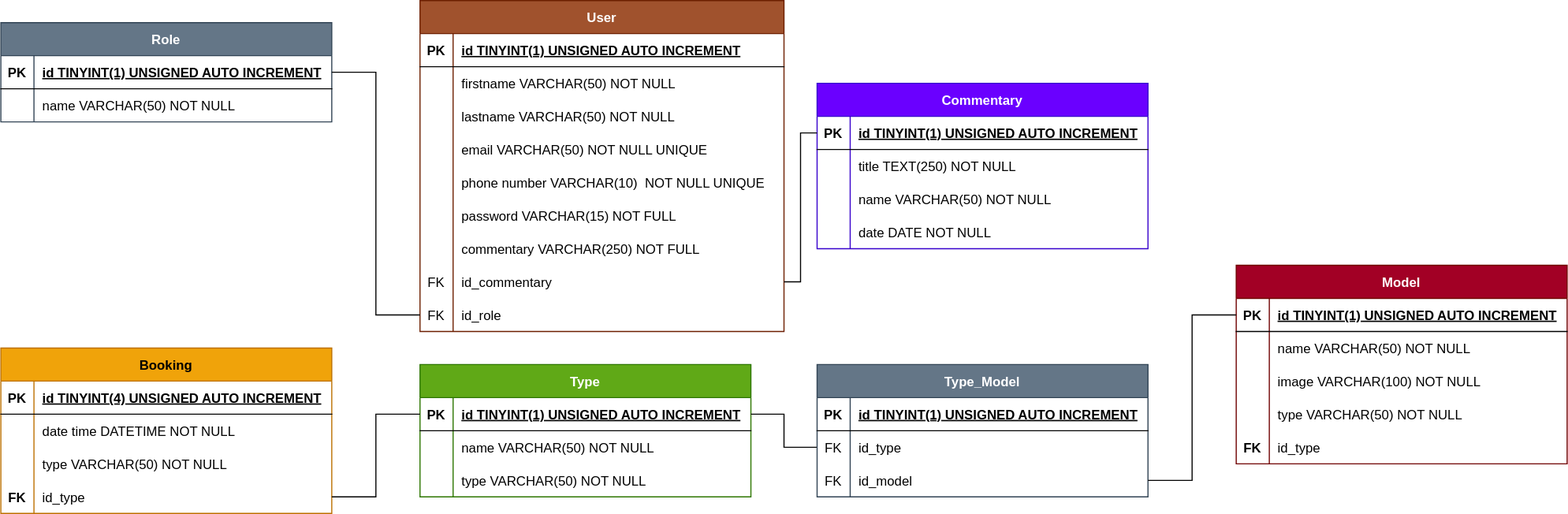
ikezadri/za.nails keeps this draw.io diagram as code/server/merise/MPD.drawio.svg. Above is the earlier version. Source tidied: cells renumbered, new cells last; positions are measured from the earlier drawing's top-left corner, leaving out a move shared by most shapes.
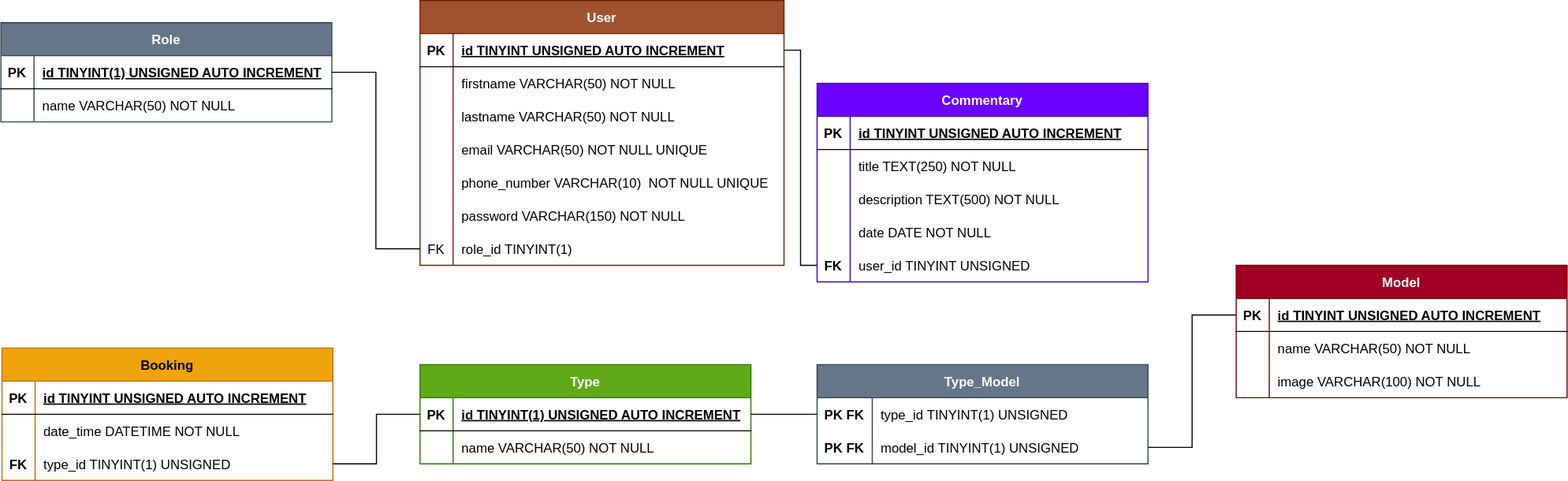
The same file after the commit.

Diff of the diagram source:
```diff
@@ -26,3 +26,3 @@
     <mxCell id="9" value="User" style="shape=table;startSize=30;rowLines=0;fontStyle=1;align=center;fillColor=#a0522d;fontColor=#ffffff;strokeColor=#6D1F00;" parent="1" vertex="1">
-      <mxGeometry x="380" width="330" height="300" as="geometry" />
+      <mxGeometry x="380" width="330" height="240" as="geometry" />
     </mxCell>
@@ -34,3 +34,3 @@
     </mxCell>
-    <mxCell id="12" value="id TINYINT(1) UNSIGNED AUTO INCREMENT" style="shape=partialRectangle;fillColor=none;top=0;left=0;bottom=0;right=0;align=left;spacingLeft=6;fontStyle=5;overflow=hidden;" parent="10" vertex="1">
+    <mxCell id="12" value="id TINYINT UNSIGNED AUTO INCREMENT" style="shape=partialRectangle;fillColor=none;top=0;left=0;bottom=0;right=0;align=left;spacingLeft=6;fontStyle=5;overflow=hidden;" parent="10" vertex="1">
       <mxGeometry x="30" width="300" height="30" as="geometry" />
@@ -70,3 +70,3 @@
     </mxCell>
-    <mxCell id="24" value="phone number VARCHAR(10)  NOT NULL UNIQUE" style="shape=partialRectangle;fillColor=none;top=0;left=0;bottom=0;right=0;align=left;spacingLeft=6;overflow=hidden;" parent="22" vertex="1">
+    <mxCell id="24" value="phone_number VARCHAR(10)  NOT NULL UNIQUE" style="shape=partialRectangle;fillColor=none;top=0;left=0;bottom=0;right=0;align=left;spacingLeft=6;overflow=hidden;" parent="22" vertex="1">
       <mxGeometry x="30" width="300" height="30" as="geometry" />
@@ -79,25 +79,7 @@
     </mxCell>
-    <mxCell id="27" value="password VARCHAR(15) NOT FULL " style="shape=partialRectangle;fillColor=none;top=0;left=0;bottom=0;right=0;align=left;spacingLeft=6;overflow=hidden;" parent="25" vertex="1">
+    <mxCell id="27" value="password VARCHAR(150) NOT NULL " style="shape=partialRectangle;fillColor=none;top=0;left=0;bottom=0;right=0;align=left;spacingLeft=6;overflow=hidden;" parent="25" vertex="1">
       <mxGeometry x="30" width="300" height="30" as="geometry" />
     </mxCell>
-    <mxCell id="28" style="shape=tableRow;horizontal=0;startSize=0;swimlaneHead=0;swimlaneBody=0;fillColor=none;top=0;left=0;right=0;bottom=0;" parent="9" vertex="1">
-      <mxGeometry y="210" width="330" height="30" as="geometry" />
-    </mxCell>
-    <mxCell id="29" style="shape=partialRectangle;fillColor=none;top=0;left=0;bottom=0;right=0;overflow=hidden;" parent="28" vertex="1">
-      <mxGeometry width="30" height="30" as="geometry" />
-    </mxCell>
-    <mxCell id="30" value="commentary VARCHAR(250) NOT FULL" style="shape=partialRectangle;fillColor=none;top=0;left=0;bottom=0;right=0;align=left;spacingLeft=6;overflow=hidden;" parent="28" vertex="1">
-      <mxGeometry x="30" width="300" height="30" as="geometry" />
-    </mxCell>
-    <mxCell id="31" style="shape=tableRow;horizontal=0;startSize=0;swimlaneHead=0;swimlaneBody=0;fillColor=none;points=[[0,0.5],[1,0.5]];portConstraint=eastwest;top=0;left=0;right=0;bottom=0;" parent="9" vertex="1">
-      <mxGeometry y="240" width="330" height="30" as="geometry" />
-    </mxCell>
-    <mxCell id="32" value="FK" style="shape=partialRectangle;fillColor=none;top=0;left=0;bottom=0;right=0;overflow=hidden;" parent="31" vertex="1">
-      <mxGeometry width="30" height="30" as="geometry" />
-    </mxCell>
-    <mxCell id="33" value="id_commentary" style="shape=partialRectangle;fillColor=none;top=0;left=0;bottom=0;right=0;align=left;spacingLeft=6;overflow=hidden;" parent="31" vertex="1">
-      <mxGeometry x="30" width="300" height="30" as="geometry" />
-    </mxCell>
     <mxCell id="34" style="shape=tableRow;horizontal=0;startSize=0;swimlaneHead=0;swimlaneBody=0;fillColor=none;points=[[0,0.5],[1,0.5]];portConstraint=eastwest;top=0;left=0;right=0;bottom=0;" parent="9" vertex="1">
-      <mxGeometry y="270" width="330" height="30" as="geometry" />
+      <mxGeometry y="210" width="330" height="30" as="geometry" />
     </mxCell>
@@ -106,3 +88,3 @@
     </mxCell>
-    <mxCell id="36" value="id_role" style="shape=partialRectangle;fillColor=none;top=0;left=0;bottom=0;right=0;align=left;spacingLeft=6;overflow=hidden;" parent="34" vertex="1">
+    <mxCell id="36" value="role_id TINYINT(1)" style="shape=partialRectangle;fillColor=none;top=0;left=0;bottom=0;right=0;align=left;spacingLeft=6;overflow=hidden;" parent="34" vertex="1">
       <mxGeometry x="30" width="300" height="30" as="geometry" />
@@ -110,3 +92,3 @@
     <mxCell id="37" value="Booking" style="shape=table;startSize=30;rowLines=0;fontStyle=1;align=center;fillColor=#f0a30a;fontColor=#000000;strokeColor=#BD7000;" parent="1" vertex="1">
-      <mxGeometry y="315" width="300" height="150" as="geometry" />
+      <mxGeometry x="1" y="315" width="300" height="120" as="geometry" />
     </mxCell>
@@ -118,3 +100,3 @@
     </mxCell>
-    <mxCell id="40" value="id TINYINT(4) UNSIGNED AUTO INCREMENT" style="shape=partialRectangle;fillColor=none;top=0;left=0;bottom=0;right=0;align=left;spacingLeft=6;fontStyle=5;overflow=hidden;" parent="38" vertex="1">
+    <mxCell id="40" value="id TINYINT UNSIGNED AUTO INCREMENT" style="shape=partialRectangle;fillColor=none;top=0;left=0;bottom=0;right=0;align=left;spacingLeft=6;fontStyle=5;overflow=hidden;" parent="38" vertex="1">
       <mxGeometry x="30" width="270" height="30" as="geometry" />
@@ -127,16 +109,7 @@
     </mxCell>
-    <mxCell id="43" value="date time DATETIME NOT NULL" style="shape=partialRectangle;fillColor=none;top=0;left=0;bottom=0;right=0;align=left;spacingLeft=6;overflow=hidden;" parent="41" vertex="1">
+    <mxCell id="43" value="date_time DATETIME NOT NULL" style="shape=partialRectangle;fillColor=none;top=0;left=0;bottom=0;right=0;align=left;spacingLeft=6;overflow=hidden;" parent="41" vertex="1">
       <mxGeometry x="30" width="270" height="30" as="geometry" />
     </mxCell>
-    <mxCell id="44" style="shape=tableRow;horizontal=0;startSize=0;swimlaneHead=0;swimlaneBody=0;fillColor=none;top=0;left=0;right=0;bottom=0;" parent="37" vertex="1">
-      <mxGeometry y="90" width="300" height="30" as="geometry" />
-    </mxCell>
-    <mxCell id="45" style="shape=partialRectangle;fillColor=none;top=0;left=0;bottom=0;right=0;overflow=hidden;" parent="44" vertex="1">
-      <mxGeometry width="30" height="30" as="geometry" />
-    </mxCell>
-    <mxCell id="46" value="type VARCHAR(50) NOT NULL" style="shape=partialRectangle;fillColor=none;top=0;left=0;bottom=0;right=0;align=left;spacingLeft=6;overflow=hidden;" parent="44" vertex="1">
-      <mxGeometry x="30" width="270" height="30" as="geometry" />
-    </mxCell>
     <mxCell id="47" style="shape=tableRow;horizontal=0;startSize=0;swimlaneHead=0;swimlaneBody=0;fillColor=none;points=[[0,0.5],[1,0.5]];portConstraint=eastwest;top=0;left=0;right=0;bottom=0;" parent="37" vertex="1">
-      <mxGeometry y="120" width="300" height="30" as="geometry" />
+      <mxGeometry y="90" width="300" height="30" as="geometry" />
     </mxCell>
@@ -145,3 +118,3 @@
     </mxCell>
-    <mxCell id="49" value="id_type" style="shape=partialRectangle;fillColor=none;top=0;left=0;bottom=0;right=0;align=left;spacingLeft=6;overflow=hidden;" parent="47" vertex="1">
+    <mxCell id="49" value="type_id TINYINT(1) UNSIGNED" style="shape=partialRectangle;fillColor=none;top=0;left=0;bottom=0;right=0;align=left;spacingLeft=6;overflow=hidden;" parent="47" vertex="1">
       <mxGeometry x="30" width="270" height="30" as="geometry" />
@@ -149,3 +122,3 @@
     <mxCell id="50" value="Type" style="shape=table;startSize=30;rowLines=0;fontStyle=1;align=center;fillColor=#60a917;fontColor=#ffffff;strokeColor=#2D7600;" parent="1" vertex="1">
-      <mxGeometry x="380" y="330" width="300" height="120" as="geometry" />
+      <mxGeometry x="380" y="330" width="300" height="90" as="geometry" />
     </mxCell>
@@ -169,11 +142,2 @@
     </mxCell>
-    <mxCell id="57" style="shape=tableRow;horizontal=0;startSize=0;swimlaneHead=0;swimlaneBody=0;fillColor=none;top=0;left=0;right=0;bottom=0;" parent="50" vertex="1">
-      <mxGeometry y="90" width="300" height="30" as="geometry" />
-    </mxCell>
-    <mxCell id="58" style="shape=partialRectangle;fillColor=none;top=0;left=0;bottom=0;right=0;overflow=hidden;" parent="57" vertex="1">
-      <mxGeometry width="30" height="30" as="geometry" />
-    </mxCell>
-    <mxCell id="59" value="type VARCHAR(50) NOT NULL" style="shape=partialRectangle;fillColor=none;top=0;left=0;bottom=0;right=0;align=left;spacingLeft=6;overflow=hidden;" parent="57" vertex="1">
-      <mxGeometry x="30" width="270" height="30" as="geometry" />
-    </mxCell>
     <mxCell id="60" style="endArrow=none;html=1;rounded=0;exitX=1;exitY=0.5;exitDx=0;exitDy=0;entryX=0;entryY=0.5;entryDx=0;entryDy=0;edgeStyle=orthogonalEdgeStyle;" parent="1" edge="1" source="47" target="51">
@@ -182,3 +146,3 @@
     <mxCell id="61" value="Model" style="shape=table;startSize=30;rowLines=0;fontStyle=1;align=center;fillColor=#a20025;strokeColor=#6F0000;fontColor=#ffffff;" parent="1" vertex="1">
-      <mxGeometry x="1120" y="240" width="300" height="180" as="geometry" />
+      <mxGeometry x="1120" y="240" width="300" height="120" as="geometry" />
     </mxCell>
@@ -190,3 +154,3 @@
     </mxCell>
-    <mxCell id="64" value="id TINYINT(1) UNSIGNED AUTO INCREMENT" style="shape=partialRectangle;fillColor=none;top=0;left=0;bottom=0;right=0;align=left;spacingLeft=6;fontStyle=5;overflow=hidden;" parent="62" vertex="1">
+    <mxCell id="64" value="id TINYINT UNSIGNED AUTO INCREMENT" style="shape=partialRectangle;fillColor=none;top=0;left=0;bottom=0;right=0;align=left;spacingLeft=6;fontStyle=5;overflow=hidden;" parent="62" vertex="1">
       <mxGeometry x="30" width="270" height="30" as="geometry" />
@@ -211,20 +175,2 @@
     </mxCell>
-    <mxCell id="71" style="shape=tableRow;horizontal=0;startSize=0;swimlaneHead=0;swimlaneBody=0;fillColor=none;top=0;left=0;right=0;bottom=0;" parent="61" vertex="1">
-      <mxGeometry y="120" width="300" height="30" as="geometry" />
-    </mxCell>
-    <mxCell id="72" style="shape=partialRectangle;fillColor=none;top=0;left=0;bottom=0;right=0;overflow=hidden;" parent="71" vertex="1">
-      <mxGeometry width="30" height="30" as="geometry" />
-    </mxCell>
-    <mxCell id="73" value="type VARCHAR(50) NOT NULL" style="shape=partialRectangle;fillColor=none;top=0;left=0;bottom=0;right=0;align=left;spacingLeft=6;overflow=hidden;" parent="71" vertex="1">
-      <mxGeometry x="30" width="270" height="30" as="geometry" />
-    </mxCell>
-    <mxCell id="74" style="shape=tableRow;horizontal=0;startSize=0;swimlaneHead=0;swimlaneBody=0;fillColor=none;points=[[0,0.5],[1,0.5]];portConstraint=eastwest;top=0;left=0;right=0;bottom=0;" parent="61" vertex="1">
-      <mxGeometry y="150" width="300" height="30" as="geometry" />
-    </mxCell>
-    <mxCell id="75" value="FK" style="shape=partialRectangle;fillColor=none;top=0;left=0;bottom=0;right=0;overflow=hidden;fontStyle=1;" parent="74" vertex="1">
-      <mxGeometry width="30" height="30" as="geometry" />
-    </mxCell>
-    <mxCell id="76" value="id_type" style="shape=partialRectangle;fillColor=none;top=0;left=0;bottom=0;right=0;align=left;spacingLeft=6;overflow=hidden;" parent="74" vertex="1">
-      <mxGeometry x="30" width="270" height="30" as="geometry" />
-    </mxCell>
     <mxCell id="77" style="endArrow=none;html=1;rounded=0;exitX=1;exitY=0.5;exitDx=0;exitDy=0;entryX=0;entryY=0.5;entryDx=0;entryDy=0;edgeStyle=orthogonalEdgeStyle;" parent="1" edge="1" source="51" target="96">
@@ -233,3 +179,3 @@
     <mxCell id="78" value="Commentary" style="shape=table;startSize=30;rowLines=0;fontStyle=1;align=center;fillColor=#6a00ff;strokeColor=#3700CC;fontColor=#ffffff;" parent="1" vertex="1">
-      <mxGeometry x="740" y="75" width="300" height="150" as="geometry" />
+      <mxGeometry x="740" y="75" width="300" height="180" as="geometry" />
     </mxCell>
@@ -241,3 +187,3 @@
     </mxCell>
-    <mxCell id="81" value="id TINYINT(1) UNSIGNED AUTO INCREMENT" style="shape=partialRectangle;fillColor=none;top=0;left=0;bottom=0;right=0;align=left;spacingLeft=6;fontStyle=5;overflow=hidden;" parent="79" vertex="1">
+    <mxCell id="81" value="id TINYINT UNSIGNED AUTO INCREMENT" style="shape=partialRectangle;fillColor=none;top=0;left=0;bottom=0;right=0;align=left;spacingLeft=6;fontStyle=5;overflow=hidden;" parent="79" vertex="1">
       <mxGeometry x="30" width="270" height="30" as="geometry" />
@@ -259,3 +205,3 @@
     </mxCell>
-    <mxCell id="87" value="name VARCHAR(50) NOT NULL" style="shape=partialRectangle;fillColor=none;top=0;left=0;bottom=0;right=0;align=left;spacingLeft=6;overflow=hidden;" parent="85" vertex="1">
+    <mxCell id="87" value="description TEXT(500) NOT NULL" style="shape=partialRectangle;fillColor=none;top=0;left=0;bottom=0;right=0;align=left;spacingLeft=6;overflow=hidden;" parent="85" vertex="1">
       <mxGeometry x="30" width="270" height="30" as="geometry" />
@@ -271,3 +217,12 @@
     </mxCell>
+    <mxCell id="74" style="shape=tableRow;horizontal=0;startSize=0;swimlaneHead=0;swimlaneBody=0;fillColor=none;points=[[0,0.5],[1,0.5]];portConstraint=eastwest;top=0;left=0;right=0;bottom=0;" parent="78" vertex="1">
+      <mxGeometry y="150" width="300" height="30" as="geometry" />
+    </mxCell>
+    <mxCell id="75" value="FK" style="shape=partialRectangle;fillColor=none;top=0;left=0;bottom=0;right=0;overflow=hidden;fontStyle=1;" parent="74" vertex="1">
+      <mxGeometry width="30" height="30" as="geometry" />
+    </mxCell>
+    <mxCell id="104" value="user_id TINYINT UNSIGNED" style="shape=partialRectangle;fillColor=none;top=0;left=0;bottom=0;right=0;align=left;spacingLeft=6;overflow=hidden;" parent="74" vertex="1">
+      <mxGeometry x="30" width="270" height="30" as="geometry" />
+    </mxCell>
-    <mxCell id="91" style="endArrow=none;html=1;rounded=0;exitX=1;exitY=0.5;exitDx=0;exitDy=0;entryX=0;entryY=0.5;entryDx=0;entryDy=0;edgeStyle=orthogonalEdgeStyle;" parent="1" edge="1" source="31" target="79">
+    <mxCell id="91" style="endArrow=none;html=1;rounded=0;exitX=1;exitY=0.5;exitDx=0;exitDy=0;entryX=0;entryY=0.5;entryDx=0;entryDy=0;edgeStyle=orthogonalEdgeStyle;" parent="1" edge="1" source="10" target="74">
       <mxGeometry relative="1" as="geometry" />
@@ -275,30 +230,21 @@
     <mxCell id="92" value="Type_Model" style="shape=table;startSize=30;rowLines=0;fontStyle=1;align=center;fillColor=#647687;fontColor=#ffffff;strokeColor=#314354;" parent="1" vertex="1">
-      <mxGeometry x="740" y="330" width="300" height="120" as="geometry" />
+      <mxGeometry x="740" y="330" width="300" height="90" as="geometry" />
     </mxCell>
-    <mxCell id="93" style="shape=tableRow;horizontal=0;startSize=0;swimlaneHead=0;swimlaneBody=0;fillColor=none;top=0;left=0;right=0;bottom=1;" parent="92" vertex="1">
-      <mxGeometry y="30" width="300" height="30" as="geometry" />
-    </mxCell>
-    <mxCell id="94" value="PK" style="shape=partialRectangle;fillColor=none;top=0;left=0;bottom=0;right=0;fontStyle=1;overflow=hidden;" parent="93" vertex="1">
-      <mxGeometry width="30" height="30" as="geometry" />
-    </mxCell>
-    <mxCell id="95" value="id TINYINT(1) UNSIGNED AUTO INCREMENT" style="shape=partialRectangle;fillColor=none;top=0;left=0;bottom=0;right=0;align=left;spacingLeft=6;fontStyle=5;overflow=hidden;" parent="93" vertex="1">
-      <mxGeometry x="30" width="270" height="30" as="geometry" />
-    </mxCell>
     <mxCell id="96" style="shape=tableRow;horizontal=0;startSize=0;swimlaneHead=0;swimlaneBody=0;fillColor=none;points=[[0,0.5],[1,0.5]];portConstraint=eastwest;top=0;left=0;right=0;bottom=0;" parent="92" vertex="1">
-      <mxGeometry y="60" width="300" height="30" as="geometry" />
+      <mxGeometry y="30" width="300" height="30" as="geometry" />
     </mxCell>
-    <mxCell id="97" value="FK" style="shape=partialRectangle;fillColor=none;top=0;left=0;bottom=0;right=0;overflow=hidden;" parent="96" vertex="1">
-      <mxGeometry width="30" height="30" as="geometry" />
+    <mxCell id="97" value="PK FK" style="shape=partialRectangle;fillColor=none;top=0;left=0;bottom=0;right=0;overflow=hidden;fontStyle=1;" parent="96" vertex="1">
+      <mxGeometry width="50" height="30" as="geometry" />
     </mxCell>
-    <mxCell id="98" value="id_type" style="shape=partialRectangle;fillColor=none;top=0;left=0;bottom=0;right=0;align=left;spacingLeft=6;overflow=hidden;" parent="96" vertex="1">
-      <mxGeometry x="30" width="270" height="30" as="geometry" />
+    <mxCell id="98" value="type_id TINYINT(1) UNSIGNED" style="shape=partialRectangle;fillColor=none;top=0;left=0;bottom=0;right=0;align=left;spacingLeft=6;overflow=hidden;" parent="96" vertex="1">
+      <mxGeometry x="50" width="250" height="30" as="geometry" />
     </mxCell>
     <mxCell id="99" style="shape=tableRow;horizontal=0;startSize=0;swimlaneHead=0;swimlaneBody=0;fillColor=none;points=[[0,0.5],[1,0.5]];portConstraint=eastwest;top=0;left=0;right=0;bottom=0;" parent="92" vertex="1">
-      <mxGeometry y="90" width="300" height="30" as="geometry" />
+      <mxGeometry y="60" width="300" height="30" as="geometry" />
     </mxCell>
-    <mxCell id="100" value="FK" style="shape=partialRectangle;fillColor=none;top=0;left=0;bottom=0;right=0;overflow=hidden;" parent="99" vertex="1">
-      <mxGeometry width="30" height="30" as="geometry" />
+    <mxCell id="100" value="PK FK" style="shape=partialRectangle;fillColor=none;top=0;left=0;bottom=0;right=0;overflow=hidden;fontStyle=1;" parent="99" vertex="1">
+      <mxGeometry width="50" height="30" as="geometry" />
     </mxCell>
-    <mxCell id="101" value="id_model" style="shape=partialRectangle;fillColor=none;top=0;left=0;bottom=0;right=0;align=left;spacingLeft=6;overflow=hidden;" parent="99" vertex="1">
-      <mxGeometry x="30" width="270" height="30" as="geometry" />
+    <mxCell id="101" value="model_id TINYINT(1) UNSIGNED" style="shape=partialRectangle;fillColor=none;top=0;left=0;bottom=0;right=0;align=left;spacingLeft=6;overflow=hidden;" parent="99" vertex="1">
+      <mxGeometry x="50" width="250" height="30" as="geometry" />
     </mxCell>
```
